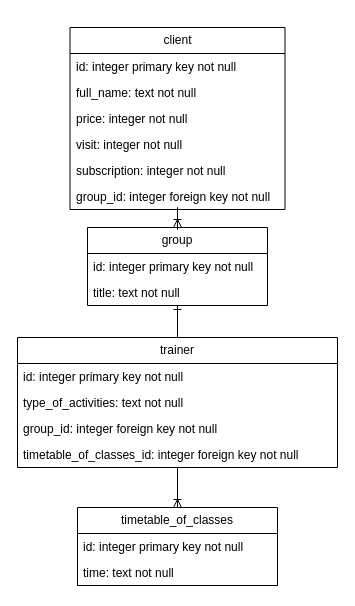
Above: FitnessCenter/FitnessCenter.drawio in iXmalMonk/Database (draw.io), before the change. Source tidied: cells renumbered, new cells numbered last; positions are measured from the earlier drawing's top-left corner, leaving out a move shared by most shapes. Both pictures are drawn from the tidied source at 100%, with x=0, y=0 at pixel (17, 27).
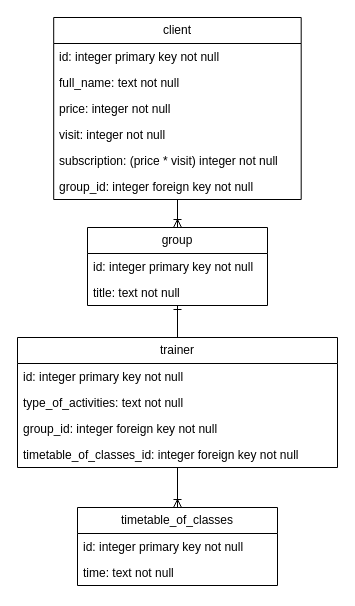
After the change.

The edit, as a diff of the source:
```diff
@@
     <mxCell id="12" value="client" style="swimlane;fontStyle=0;horizontal=1;startSize=26;fillColor=none;whiteSpace=wrap;html=1;" parent="1" vertex="1">
-      <mxGeometry x="52.5" width="215" height="182" as="geometry" />
+      <mxGeometry x="36.2" y="-10" width="247.5" height="182" as="geometry" />
     </mxCell>
     <mxCell id="13" value="id: integer primary key not null" style="text;strokeColor=none;fillColor=none;align=left;verticalAlign=top;spacingLeft=4;spacingRight=4;overflow=hidden;whiteSpace=wrap;html=1;" parent="12" vertex="1">
-      <mxGeometry y="26" width="215" height="26" as="geometry" />
+      <mxGeometry y="26" width="247.5" height="26" as="geometry" />
     </mxCell>
     <mxCell id="14" value="full_name: text not null" style="text;strokeColor=none;fillColor=none;align=left;verticalAlign=top;spacingLeft=4;spacingRight=4;overflow=hidden;whiteSpace=wrap;html=1;" parent="12" vertex="1">
-      <mxGeometry y="52" width="215" height="26" as="geometry" />
+      <mxGeometry y="52" width="247.5" height="26" as="geometry" />
     </mxCell>
     <mxCell id="15" value="price: integer not null" style="text;strokeColor=none;fillColor=none;align=left;verticalAlign=top;spacingLeft=4;spacingRight=4;overflow=hidden;whiteSpace=wrap;html=1;" parent="12" vertex="1">
-      <mxGeometry y="78" width="215" height="26" as="geometry" />
+      <mxGeometry y="78" width="247.5" height="26" as="geometry" />
     </mxCell>
     <mxCell id="16" value="visit: integer not null" style="text;strokeColor=none;fillColor=none;align=left;verticalAlign=top;spacingLeft=4;spacingRight=4;overflow=hidden;whiteSpace=wrap;html=1;" parent="12" vertex="1">
-      <mxGeometry y="104" width="215" height="26" as="geometry" />
+      <mxGeometry y="104" width="247.5" height="26" as="geometry" />
     </mxCell>
-    <mxCell id="17" value="subscription: integer not null" style="text;strokeColor=none;fillColor=none;align=left;verticalAlign=top;spacingLeft=4;spacingRight=4;overflow=hidden;whiteSpace=wrap;html=1;" parent="12" vertex="1">
-      <mxGeometry y="130" width="215" height="26" as="geometry" />
+    <mxCell id="17" value="subscription: (price * visit) integer not null" style="text;strokeColor=none;fillColor=none;align=left;verticalAlign=top;spacingLeft=4;spacingRight=4;overflow=hidden;whiteSpace=wrap;html=1;" parent="12" vertex="1">
+      <mxGeometry y="130" width="247.5" height="26" as="geometry" />
     </mxCell>
     <mxCell id="18" value="group_id: integer foreign key not null" style="text;strokeColor=none;fillColor=none;align=left;verticalAlign=top;spacingLeft=4;spacingRight=4;overflow=hidden;whiteSpace=wrap;html=1;" parent="12" vertex="1">
-      <mxGeometry y="156" width="215" height="26" as="geometry" />
+      <mxGeometry y="156" width="247.5" height="26" as="geometry" />
     </mxCell>
```
